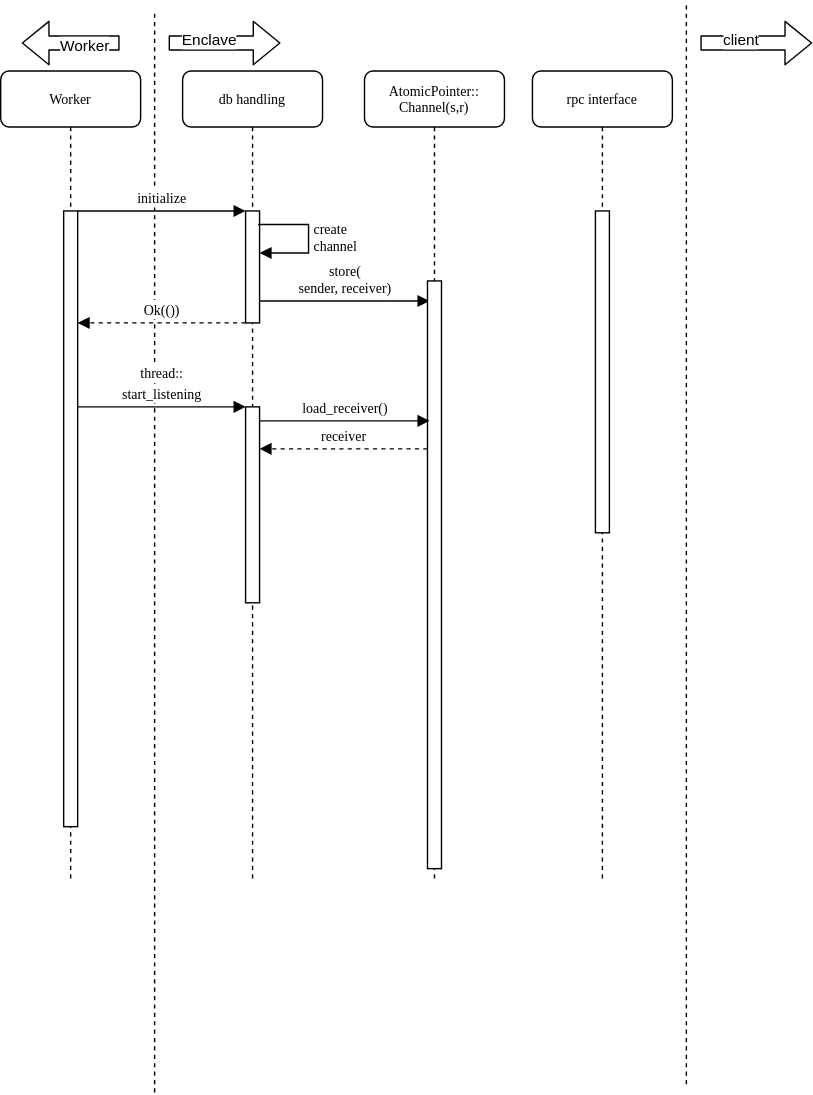
This is database_thread.svg from haerdib/substraTEE_diagramms, a draw.io export, as it was before one commit. Source tidied: cells renumbered, new cells last; positions are measured from the earlier drawing's top-left corner, leaving out a move shared by most shapes.
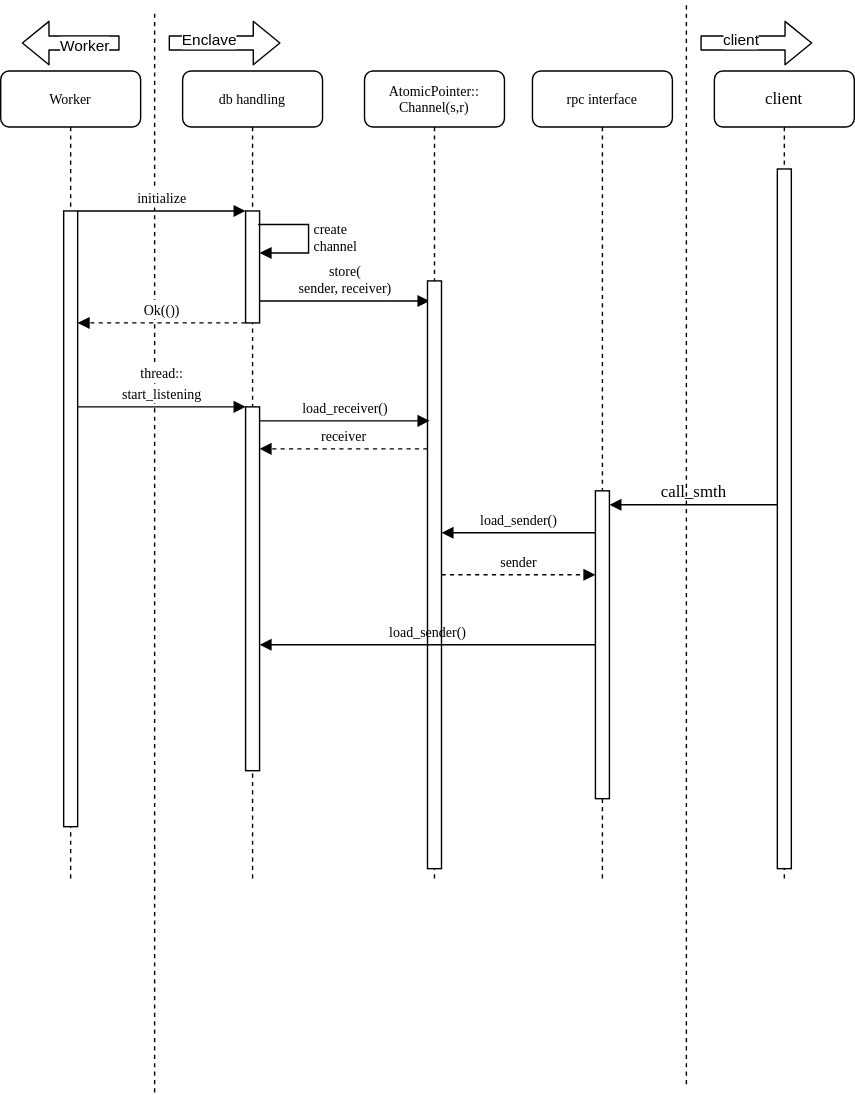
After the commit.

The edit, as a diff of the source:
```diff
@@ -65,7 +65,7 @@
       <mxGeometry x="380" y="50" width="100" height="580" as="geometry" />
     </mxCell>
     <mxCell id="15" style="html=1;points=[];perimeter=orthogonalPerimeter;rounded=0;shadow=0;comic=0;labelBackgroundColor=none;strokeWidth=1;fontFamily=Verdana;fontSize=12;align=center;" parent="14" vertex="1">
-      <mxGeometry x="45" y="100" width="10" height="230" as="geometry" />
+      <mxGeometry x="45" y="300" width="10" height="220" as="geometry" />
     </mxCell>
     <mxCell id="16" style="endArrow=none;dashed=1;html=1;" parent="1" edge="1">
       <mxGeometry relative="1" as="geometry">
@@ -95,7 +95,7 @@
       </mxGeometry>
     </mxCell>
     <mxCell id="22" style="html=1;points=[];perimeter=orthogonalPerimeter;rounded=0;shadow=0;comic=0;labelBackgroundColor=none;strokeWidth=1;fontFamily=Verdana;fontSize=12;align=center;" parent="1" vertex="1">
-      <mxGeometry x="175" y="290" width="10" height="140" as="geometry" />
+      <mxGeometry x="175" y="290" width="10" height="260" as="geometry" />
     </mxCell>
     <mxCell id="23" value="&lt;div&gt;&lt;span style=&quot;background-color: rgb(255 , 255 , 255)&quot;&gt;&lt;font style=&quot;font-size: 10px&quot;&gt;thread::&lt;/font&gt;&lt;/span&gt;&lt;/div&gt;&lt;div&gt;&lt;span style=&quot;background-color: rgb(255 , 255 , 255)&quot;&gt;&lt;font style=&quot;font-size: 10px&quot;&gt;start_listening&lt;/font&gt;&lt;/span&gt;&lt;/div&gt;" style="html=1;verticalAlign=bottom;endArrow=block;entryX=0;entryY=0;labelBackgroundColor=none;fontFamily=Verdana;fontSize=12;edgeStyle=elbowEdgeStyle;elbow=vertical;" parent="1" edge="1">
       <mxGeometry relative="1" as="geometry">
@@ -118,5 +118,29 @@
         <mxPoint x="185" y="320" as="targetPoint" />
       </mxGeometry>
     </mxCell>
+    <mxCell id="26" value="client" style="shape=umlLifeline;perimeter=lifelinePerimeter;whiteSpace=wrap;html=1;rounded=1;shadow=0;comic=0;labelBackgroundColor=none;strokeWidth=1;fontFamily=Verdana;fontSize=12;align=center;" parent="1" vertex="1">
+      <mxGeometry x="510" y="50" width="100" height="580" as="geometry" />
+    </mxCell>
+    <mxCell id="27" style="html=1;perimeter=orthogonalPerimeter;rounded=0;shadow=0;comic=0;labelBackgroundColor=none;strokeWidth=1;fontFamily=Verdana;fontSize=12;align=center;" parent="26" vertex="1">
+      <mxGeometry x="45" y="70" width="10" height="500" as="geometry" />
+    </mxCell>
+    <mxCell id="28" value="call_smth" style="html=1;verticalAlign=bottom;endArrow=block;labelBackgroundColor=none;fontFamily=Verdana;fontSize=12;" parent="1" edge="1">
+      <mxGeometry relative="1" as="geometry">
+        <mxPoint x="555" y="360" as="sourcePoint" />
+        <mxPoint x="435" y="360" as="targetPoint" />
+      </mxGeometry>
+    </mxCell>
+    <mxCell id="29" value="&lt;font size=&quot;1&quot;&gt;load_sender()&lt;/font&gt;" style="html=1;verticalAlign=bottom;endArrow=block;labelBackgroundColor=none;fontFamily=Verdana;fontSize=12;" parent="1" edge="1">
+      <mxGeometry relative="1" as="geometry">
+        <mxPoint x="425" y="380" as="sourcePoint" />
+        <mxPoint x="315" y="380" as="targetPoint" />
+      </mxGeometry>
+    </mxCell>
+    <mxCell id="30" value="&lt;font size=&quot;1&quot;&gt;sender&lt;/font&gt;" style="html=1;verticalAlign=bottom;endArrow=block;labelBackgroundColor=none;fontFamily=Verdana;fontSize=12;dashed=1;" parent="1" edge="1" source="20" target="15">
+      <mxGeometry relative="1" as="geometry" />
+    </mxCell>
+    <mxCell id="31" value="&lt;font size=&quot;1&quot;&gt;load_sender()&lt;/font&gt;" style="html=1;verticalAlign=bottom;endArrow=block;labelBackgroundColor=none;fontFamily=Verdana;fontSize=12;" parent="1" edge="1" source="15" target="22">
+      <mxGeometry relative="1" as="geometry" />
+    </mxCell>
   </root>
 </mxGraphModel>
```
